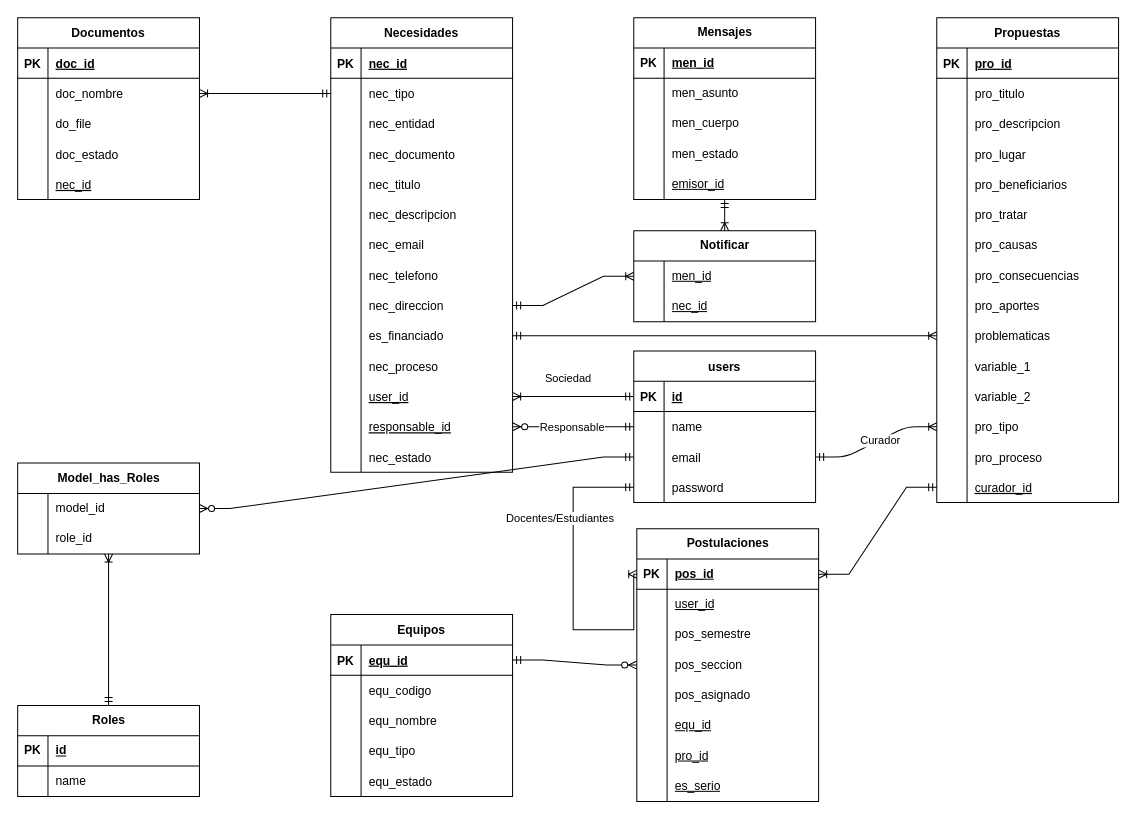
Before: database.drawio in Transformacion-Digital-UDH/Ideas, a draw.io diagram. Source tidied: cells renumbered, new cells numbered last; positions are measured from the earlier drawing's top-left corner, leaving out a move shared by most shapes. Both pictures are drawn from the tidied source at 101%, with x=0, y=0 at pixel (17, 17).
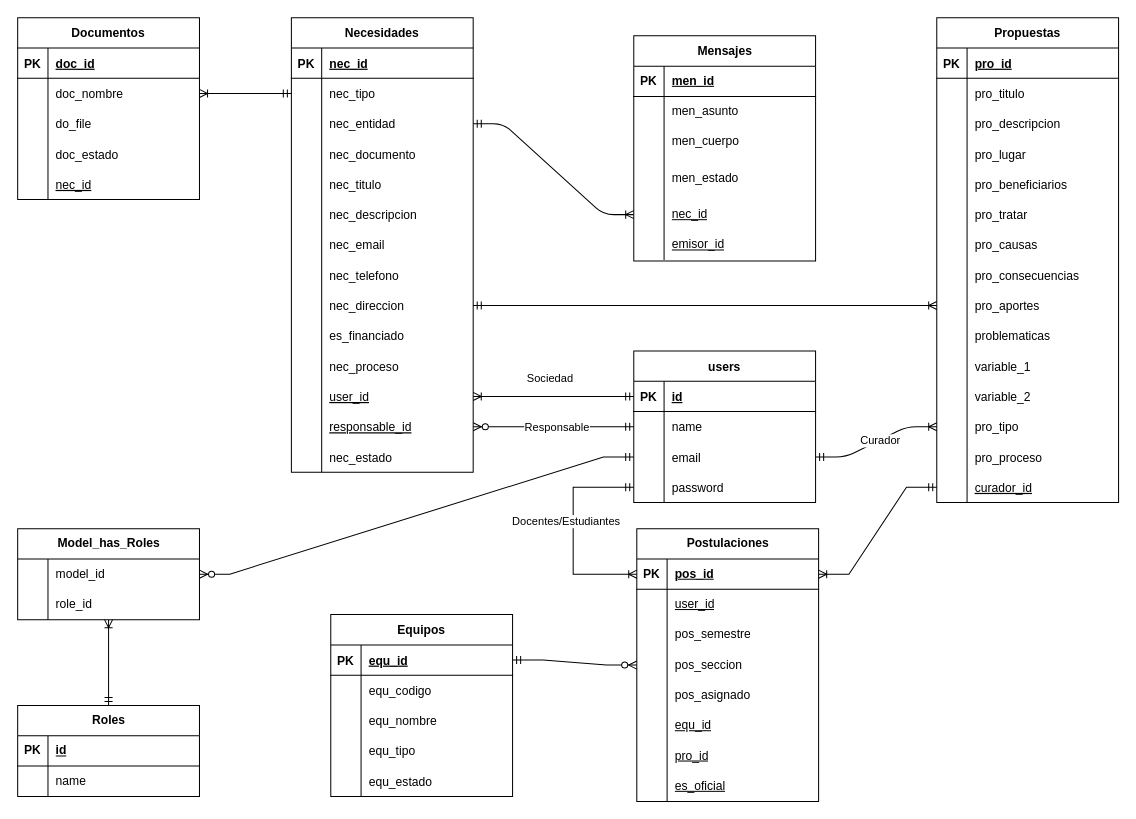
The same diagram, later.

Commit message:
Update base de datos

The change refers to these unchanged cells:
```xml
<mxCell id="9" style="shape=tableRow;horizontal=0;startSize=0;swimlaneHead=0;swimlaneBody=0;fillColor=none;points=[[0,0.5],[1,0.5]];portConstraint=eastwest;top=0;left=0;right=0;bottom=0;" parent="2" vertex="1">
  <mxGeometry y="90" width="180" height="30" as="geometry" />
</mxCell>
<mxCell id="27" style="shape=tableRow;horizontal=0;startSize=0;swimlaneHead=0;swimlaneBody=0;fillColor=none;points=[[0,0.5],[1,0.5]];portConstraint=eastwest;top=0;left=0;right=0;bottom=0;" parent="2" vertex="1">
  <mxGeometry y="270" width="180" height="30" as="geometry" />
</mxCell>
<mxCell id="30" style="shape=tableRow;horizontal=0;startSize=0;swimlaneHead=0;swimlaneBody=0;fillColor=none;points=[[0,0.5],[1,0.5]];portConstraint=eastwest;top=0;left=0;right=0;bottom=0;" parent="2" vertex="1">
  <mxGeometry y="300" width="180" height="30" as="geometry" />
</mxCell>
<mxCell id="70" style="shape=tableRow;horizontal=0;startSize=0;swimlaneHead=0;swimlaneBody=0;fillColor=none;points=[[0,0.5],[1,0.5]];portConstraint=eastwest;top=0;left=0;right=0;bottom=0;" parent="45" vertex="1">
  <mxGeometry y="270" width="180" height="30" as="geometry" />
</mxCell>
<mxCell id="73" style="shape=tableRow;horizontal=0;startSize=0;swimlaneHead=0;swimlaneBody=0;fillColor=none;points=[[0,0.5],[1,0.5]];portConstraint=eastwest;top=0;left=0;right=0;bottom=0;" parent="45" vertex="1">
  <mxGeometry y="300" width="180" height="30" as="geometry" />
</mxCell>
<mxCell id="102" style="shape=tableRow;horizontal=0;startSize=0;swimlaneHead=0;swimlaneBody=0;fillColor=none;points=[[0,0.5],[1,0.5]];portConstraint=eastwest;top=0;left=0;right=0;bottom=0;" parent="92" vertex="1">
  <mxGeometry y="120" width="180" height="30" as="geometry" />
</mxCell>
<mxCell id="141" style="shape=tableRow;horizontal=0;startSize=0;swimlaneHead=0;swimlaneBody=0;fillColor=none;points=[[0,0.5],[1,0.5]];portConstraint=eastwest;top=0;left=0;right=0;bottom=1;" parent="140" vertex="1">
  <mxGeometry y="30" width="180" height="30" as="geometry" />
</mxCell>
<mxCell id="162" style="shape=tableRow;horizontal=0;startSize=0;swimlaneHead=0;swimlaneBody=0;fillColor=none;top=0;left=0;right=0;bottom=0;" parent="140" vertex="1">
  <mxGeometry y="240" width="180" height="30" as="geometry" />
</mxCell>
```

Change to the diagram source:
```diff
@@
     <mxCell id="2" value="Necesidades" style="shape=table;startSize=30;childLayout=tableLayout;rowLines=0;fontStyle=1;align=center;" parent="1" vertex="1">
-      <mxGeometry x="310" width="180" height="450" as="geometry" />
+      <mxGeometry x="271" width="180" height="450" as="geometry" />
     </mxCell>
@@
-    <mxCell id="91" style="edgeStyle=entityRelationEdgeStyle;fontSize=12;html=1;endArrow=ERoneToMany;startArrow=ERmandOne;exitX=1;exitY=0.5;exitDx=0;exitDy=0;entryX=0;entryY=0.5;entryDx=0;entryDy=0;" parent="1" edge="1" source="30" target="73">
+    <mxCell id="91" style="edgeStyle=entityRelationEdgeStyle;fontSize=12;html=1;endArrow=ERoneToMany;startArrow=ERmandOne;exitX=1;exitY=0.5;exitDx=0;exitDy=0;entryX=0;entryY=0.5;entryDx=0;entryDy=0;" parent="1" edge="1" source="27" target="70">
       <mxGeometry relative="1" as="geometry" />
     </mxCell>
@@
-    <mxCell id="164" value="&lt;u&gt;es_serio&lt;/u&gt;" style="shape=partialRectangle;fillColor=none;top=0;left=0;bottom=0;right=0;align=left;spacingLeft=6;overflow=hidden;whiteSpace=wrap;html=1;" parent="162" vertex="1">
+    <mxCell id="164" value="&lt;u&gt;es_oficial&lt;/u&gt;" style="shape=partialRectangle;fillColor=none;top=0;left=0;bottom=0;right=0;align=left;spacingLeft=6;overflow=hidden;whiteSpace=wrap;html=1;" parent="162" vertex="1">
       <mxGeometry x="30" width="150" height="30" as="geometry" />
     </mxCell>
@@
     <mxCell id="166" style="fontSize=12;html=1;endArrow=ERoneToMany;startArrow=ERmandOne;rounded=0;edgeStyle=orthogonalEdgeStyle;entryX=0;entryY=0.5;entryDx=0;entryDy=0;exitX=0;exitY=0.5;exitDx=0;exitDy=0;" parent="1" edge="1" source="102" target="141">
       <mxGeometry relative="1" as="geometry">
         <Array as="points">
           <mxPoint x="550" y="465" />
-          <mxPoint x="550" y="606" />
-          <mxPoint x="610" y="606" />
-          <mxPoint x="610" y="551" />
+          <mxPoint x="550" y="551" />
         </Array>
       </mxGeometry>
     </mxCell>
     <mxCell id="167" value="Docentes/Estudiantes" style="edgeLabel;html=1;align=center;verticalAlign=middle;" parent="166" vertex="1">
       <mxGeometry x="-0.03" y="4" relative="1" as="geometry">
-        <mxPoint x="-18" y="-65" as="offset" />
+        <mxPoint x="-12" y="-8" as="offset" />
       </mxGeometry>
     </mxCell>
@@
     <mxCell id="170" value="Mensajes" style="shape=table;startSize=30;childLayout=tableLayout;rowLines=0;fontStyle=1;align=center;html=1;" parent="1" vertex="1">
-      <mxGeometry x="610" width="180" height="180" as="geometry" />
+      <mxGeometry x="610" y="18" width="180" height="222.9" as="geometry" />
     </mxCell>
@@
     <mxCell id="180" style="shape=tableRow;horizontal=0;startSize=0;swimlaneHead=0;swimlaneBody=0;fillColor=none;top=0;left=0;right=0;bottom=0;" parent="170" vertex="1">
-      <mxGeometry y="120" width="180" height="30" as="geometry" />
+      <mxGeometry y="120" width="180" height="42" as="geometry" />
     </mxCell>
     <mxCell id="181" style="shape=partialRectangle;fillColor=none;top=0;left=0;bottom=0;right=0;overflow=hidden;whiteSpace=wrap;html=1;" parent="180" vertex="1">
-      <mxGeometry width="30" height="30" as="geometry" />
+      <mxGeometry width="30" height="42" as="geometry" />
     </mxCell>
     <mxCell id="182" value="men_estado" style="shape=partialRectangle;fillColor=none;top=0;left=0;bottom=0;right=0;align=left;spacingLeft=6;overflow=hidden;whiteSpace=wrap;html=1;" parent="180" vertex="1">
-      <mxGeometry x="30" width="150" height="30" as="geometry" />
+      <mxGeometry x="30" width="150" height="42" as="geometry" />
     </mxCell>
     <mxCell id="183" style="shape=tableRow;horizontal=0;startSize=0;swimlaneHead=0;swimlaneBody=0;fillColor=none;points=[[0,0.5],[1,0.5]];portConstraint=eastwest;top=0;left=0;right=0;bottom=0;" parent="170" vertex="1">
-      <mxGeometry y="150" width="180" height="30" as="geometry" />
+      <mxGeometry y="162" width="180" height="30" as="geometry" />
     </mxCell>
@@
-    <mxCell id="185" value="&lt;u&gt;emisor_id&lt;/u&gt;" style="shape=partialRectangle;fillColor=none;top=0;left=0;bottom=0;right=0;align=left;spacingLeft=6;overflow=hidden;whiteSpace=wrap;html=1;" parent="183" vertex="1">
+    <mxCell id="185" value="&lt;u&gt;nec_id&lt;/u&gt;" style="shape=partialRectangle;fillColor=none;top=0;left=0;bottom=0;right=0;align=left;spacingLeft=6;overflow=hidden;whiteSpace=wrap;html=1;" parent="183" vertex="1">
       <mxGeometry x="30" width="150" height="30" as="geometry" />
     </mxCell>
-    <mxCell id="186" value="Notificar" style="shape=table;startSize=30;childLayout=tableLayout;rowLines=0;fontStyle=1;align=center;html=1;" parent="1" vertex="1">
-      <mxGeometry x="610" y="211" width="180" height="90" as="geometry" />
-    </mxCell>
-    <mxCell id="187" style="shape=tableRow;horizontal=0;startSize=0;swimlaneHead=0;swimlaneBody=0;fillColor=none;points=[[0,0.5],[1,0.5]];portConstraint=eastwest;top=0;left=0;right=0;bottom=0;" parent="186" vertex="1">
-      <mxGeometry y="30" width="180" height="30" as="geometry" />
-    </mxCell>
-    <mxCell id="188" style="shape=partialRectangle;fillColor=none;top=0;left=0;bottom=0;right=0;overflow=hidden;whiteSpace=wrap;html=1;" parent="187" vertex="1">
-      <mxGeometry width="30" height="30" as="geometry" />
-    </mxCell>
-    <mxCell id="189" value="&lt;u&gt;men_id&lt;/u&gt;" style="shape=partialRectangle;fillColor=none;top=0;left=0;bottom=0;right=0;align=left;spacingLeft=6;overflow=hidden;whiteSpace=wrap;html=1;" parent="187" vertex="1">
-      <mxGeometry x="30" width="150" height="30" as="geometry" />
-    </mxCell>
-    <mxCell id="190" style="shape=tableRow;horizontal=0;startSize=0;swimlaneHead=0;swimlaneBody=0;fillColor=none;top=0;left=0;right=0;bottom=0;" parent="186" vertex="1">
-      <mxGeometry y="60" width="180" height="30" as="geometry" />
-    </mxCell>
-    <mxCell id="191" style="shape=partialRectangle;fillColor=none;top=0;left=0;bottom=0;right=0;overflow=hidden;whiteSpace=wrap;html=1;" parent="190" vertex="1">
-      <mxGeometry width="30" height="30" as="geometry" />
-    </mxCell>
-    <mxCell id="192" value="&lt;u&gt;nec_id&lt;/u&gt;" style="shape=partialRectangle;fillColor=none;top=0;left=0;bottom=0;right=0;align=left;spacingLeft=6;overflow=hidden;whiteSpace=wrap;html=1;" parent="190" vertex="1">
-      <mxGeometry x="30" width="150" height="30" as="geometry" />
-    </mxCell>
-    <mxCell id="193" style="fontSize=12;html=1;endArrow=ERoneToMany;startArrow=ERmandOne;rounded=0;entryX=0.5;entryY=0;entryDx=0;entryDy=0;" parent="1" edge="1" source="183" target="186">
-      <mxGeometry relative="1" as="geometry" />
-    </mxCell>
-    <mxCell id="194" style="edgeStyle=entityRelationEdgeStyle;fontSize=12;html=1;endArrow=ERoneToMany;startArrow=ERmandOne;rounded=0;entryX=0;entryY=0.5;entryDx=0;entryDy=0;exitX=1;exitY=0.5;exitDx=0;exitDy=0;" parent="1" edge="1" source="27" target="187">
-      <mxGeometry relative="1" as="geometry" />
-    </mxCell>
+    <mxCell id="214" style="shape=tableRow;horizontal=0;startSize=0;swimlaneHead=0;swimlaneBody=0;fillColor=none;top=0;left=0;right=0;bottom=0;" parent="170" vertex="1">
+      <mxGeometry y="192" width="180" height="30" as="geometry" />
+    </mxCell>
+    <mxCell id="215" style="shape=partialRectangle;fillColor=none;top=0;left=0;bottom=0;right=0;overflow=hidden;whiteSpace=wrap;html=1;" parent="214" vertex="1">
+      <mxGeometry width="30" height="30" as="geometry" />
+    </mxCell>
+    <mxCell id="216" value="&lt;u&gt;emisor_id&lt;/u&gt;" style="shape=partialRectangle;fillColor=none;top=0;left=0;bottom=0;right=0;align=left;spacingLeft=6;overflow=hidden;whiteSpace=wrap;html=1;" parent="214" vertex="1">
+      <mxGeometry x="30" width="150" height="30" as="geometry" />
+    </mxCell>
@@
     <mxCell id="205" value="Model_has_Roles" style="shape=table;startSize=30;childLayout=tableLayout;rowLines=0;fontStyle=1;align=center;html=1;" parent="1" vertex="1">
-      <mxGeometry y="441" width="180" height="90" as="geometry" />
+      <mxGeometry y="506" width="180" height="90" as="geometry" />
     </mxCell>
@@
+    <mxCell id="217" style="edgeStyle=entityRelationEdgeStyle;fontSize=12;html=1;endArrow=ERoneToMany;startArrow=ERmandOne;entryX=0;entryY=0.5;entryDx=0;entryDy=0;exitX=1;exitY=0.5;exitDx=0;exitDy=0;" parent="1" edge="1" source="9" target="183">
+      <mxGeometry relative="1" as="geometry" />
+    </mxCell>
```
